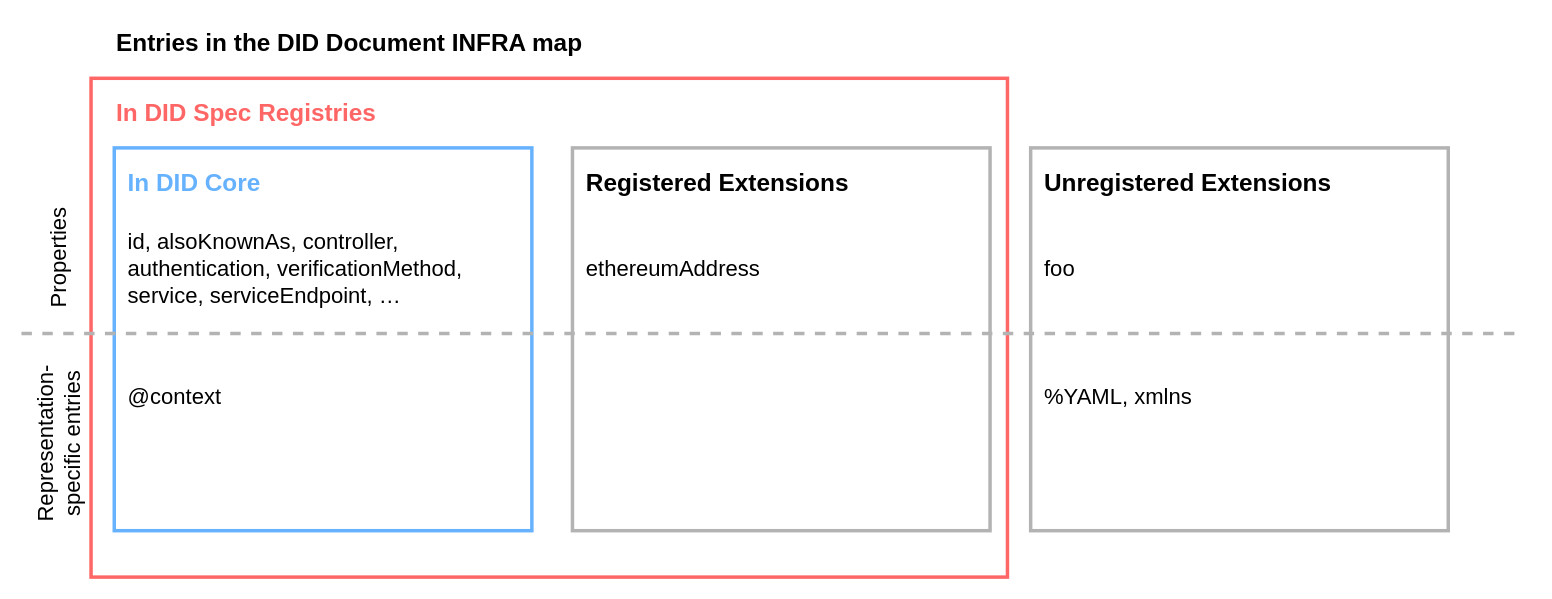
The draw.io diagram diagrams/diagram-did-document-entries.drawio in w3c/did-core, before the edit. Source tidied: cells renumbered, new cells numbered last; positions are measured from the earlier drawing's top-left corner, leaving out a move shared by most shapes. Both pictures are drawn from the tidied source at 116%, with x=0, y=0 at pixel (-39, 20).
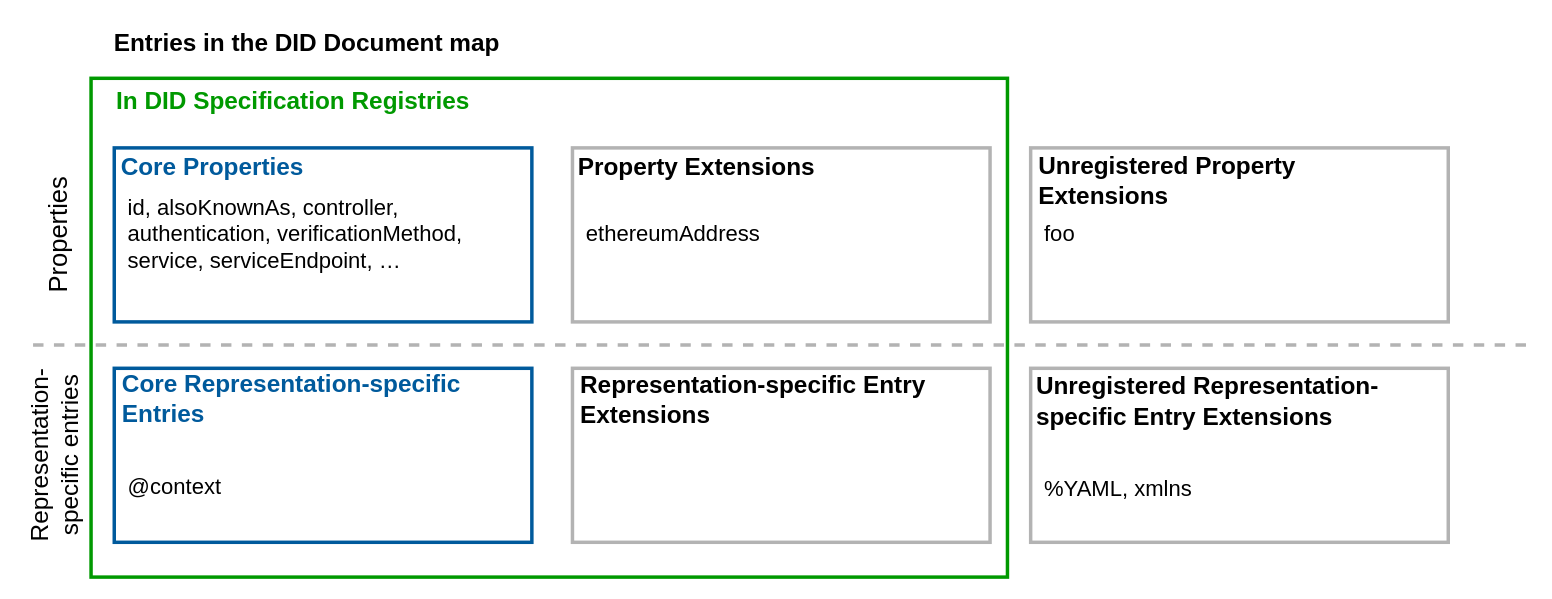
The same page after the edit.

Commit message (it also covers changes not shown here):
Update the data model diagram.

The edit, as a diff of the source:
```diff
@@
-    <mxCell id="2" style="rounded=0;whiteSpace=wrap;html=1;strokeWidth=3;fillColor=none;strokeColor=#FF6666;" parent="1" vertex="1">
+    <mxCell id="2" style="rounded=0;whiteSpace=wrap;html=1;strokeWidth=3;fillColor=none;strokeColor=#009900;" parent="1" vertex="1">
       <mxGeometry x="112" y="50" width="790" height="430" as="geometry" />
     </mxCell>
     <mxCell id="3" style="group;" parent="1" vertex="1">
-      <mxGeometry x="132" y="110" width="360" height="330" as="geometry" />
+      <mxGeometry x="132" y="110" width="360" height="150" as="geometry" />
     </mxCell>
-    <mxCell id="4" style="rounded=0;whiteSpace=wrap;html=1;strokeWidth=3;strokeColor=#66b2ff;" parent="3" vertex="1">
-      <mxGeometry width="360" height="330" as="geometry" />
+    <mxCell id="4" style="rounded=0;whiteSpace=wrap;html=1;strokeWidth=3;strokeColor=#005A9C;" parent="3" vertex="1">
+      <mxGeometry width="360" height="150" as="geometry" />
     </mxCell>
-    <mxCell id="5" value="&lt;font color=&quot;#66b2ff&quot; size=&quot;1&quot;&gt;&lt;b style=&quot;font-size: 21px&quot;&gt;In DID Core&lt;/b&gt;&lt;/font&gt;" style="text;html=1;strokeColor=none;fillColor=none;align=left;verticalAlign=middle;whiteSpace=wrap;rounded=0;" parent="3" vertex="1">
-      <mxGeometry x="10" y="20" width="160" height="20" as="geometry" />
+    <mxCell id="5" value="&lt;font size=&quot;1&quot; color=&quot;#005a9c&quot;&gt;&lt;b style=&quot;font-size: 21px&quot;&gt;Core Properties&lt;/b&gt;&lt;/font&gt;" style="text;html=1;strokeColor=none;fillColor=none;align=left;verticalAlign=middle;whiteSpace=wrap;rounded=0;" parent="3" vertex="1">
+      <mxGeometry x="4" y="11.1" width="300" height="9.1" as="geometry" />
     </mxCell>
     <mxCell id="6" value="&lt;font style=&quot;font-size: 19px&quot;&gt;id, alsoKnownAs, controller, authentication, verificationMethod, service, serviceEndpoint, …&lt;/font&gt;" style="text;html=1;strokeColor=none;fillColor=none;align=left;verticalAlign=middle;whiteSpace=wrap;rounded=0;" parent="3" vertex="1">
-      <mxGeometry x="10" y="50" width="340" height="110" as="geometry" />
+      <mxGeometry x="10" y="50" width="340" height="50" as="geometry" />
     </mxCell>
-    <mxCell id="7" value="&lt;font style=&quot;font-size: 19px&quot;&gt;@context&lt;/font&gt;" style="text;html=1;strokeColor=none;fillColor=none;align=left;verticalAlign=middle;whiteSpace=wrap;rounded=0;" parent="3" vertex="1">
-      <mxGeometry x="10" y="180" width="320" height="70" as="geometry" />
-    </mxCell>
@@
     <mxCell id="9" style="group;" parent="1" vertex="1">
-      <mxGeometry x="527" y="110" width="360" height="330" as="geometry" />
+      <mxGeometry x="527" y="110" width="360" height="150" as="geometry" />
     </mxCell>
     <mxCell id="10" style="rounded=0;whiteSpace=wrap;html=1;strokeWidth=3;strokeColor=#b3b3b3;" parent="9" vertex="1">
-      <mxGeometry width="360" height="330" as="geometry" />
+      <mxGeometry width="360" height="150" as="geometry" />
     </mxCell>
-    <mxCell id="11" value="&lt;font size=&quot;1&quot;&gt;&lt;b style=&quot;font-size: 21px&quot;&gt;Registered Extensions&lt;/b&gt;&lt;/font&gt;" style="text;html=1;strokeColor=none;fillColor=none;align=left;verticalAlign=middle;whiteSpace=wrap;rounded=0;" parent="9" vertex="1">
-      <mxGeometry x="10" y="20" width="260" height="20" as="geometry" />
+    <mxCell id="11" value="&lt;font size=&quot;1&quot;&gt;&lt;b style=&quot;font-size: 21px&quot;&gt;Property Extensions&lt;/b&gt;&lt;/font&gt;" style="text;html=1;strokeColor=none;fillColor=none;align=left;verticalAlign=middle;whiteSpace=wrap;rounded=0;" parent="9" vertex="1">
+      <mxGeometry x="3" y="11.1" width="330" height="9.1" as="geometry" />
     </mxCell>
     <mxCell id="12" value="&lt;font style=&quot;font-size: 19px&quot;&gt;ethereumAddress&lt;/font&gt;" style="text;html=1;strokeColor=none;fillColor=none;align=left;verticalAlign=middle;whiteSpace=wrap;rounded=0;" parent="9" vertex="1">
-      <mxGeometry x="10" y="50" width="340" height="110" as="geometry" />
+      <mxGeometry x="10" y="50" width="340" height="50" as="geometry" />
     </mxCell>
@@
     <mxCell id="14" style="group;" parent="1" vertex="1">
-      <mxGeometry x="922" y="110" width="360" height="330" as="geometry" />
+      <mxGeometry x="922" y="110" width="360" height="150" as="geometry" />
     </mxCell>
     <mxCell id="15" style="rounded=0;whiteSpace=wrap;html=1;strokeColor=#B3B3B3;strokeWidth=3;" parent="14" vertex="1">
-      <mxGeometry width="360" height="330" as="geometry" />
+      <mxGeometry width="360" height="150" as="geometry" />
     </mxCell>
-    <mxCell id="16" value="&lt;font size=&quot;1&quot;&gt;&lt;b style=&quot;font-size: 21px&quot;&gt;Unregistered Extensions&lt;/b&gt;&lt;/font&gt;" style="text;html=1;strokeColor=none;fillColor=none;align=left;verticalAlign=middle;whiteSpace=wrap;rounded=0;" parent="14" vertex="1">
-      <mxGeometry x="10" y="20" width="260" height="20" as="geometry" />
+    <mxCell id="16" value="&lt;font size=&quot;1&quot;&gt;&lt;b style=&quot;font-size: 21px&quot;&gt;Unregistered Property Extensions&lt;/b&gt;&lt;/font&gt;" style="text;html=1;strokeColor=none;fillColor=none;align=left;verticalAlign=middle;whiteSpace=wrap;rounded=0;" parent="14" vertex="1">
+      <mxGeometry x="5" y="23.1" width="260" height="9.1" as="geometry" />
     </mxCell>
     <mxCell id="17" value="&lt;font style=&quot;font-size: 19px&quot;&gt;foo&lt;/font&gt;" style="text;html=1;strokeColor=none;fillColor=none;align=left;verticalAlign=middle;whiteSpace=wrap;rounded=0;" parent="14" vertex="1">
-      <mxGeometry x="10" y="50" width="340" height="110" as="geometry" />
+      <mxGeometry x="10" y="50" width="340" height="50" as="geometry" />
     </mxCell>
-    <mxCell id="18" value="&lt;font style=&quot;font-size: 19px&quot;&gt;%YAML, xmlns&lt;/font&gt;" style="text;html=1;strokeColor=none;fillColor=none;align=left;verticalAlign=middle;whiteSpace=wrap;rounded=0;" parent="14" vertex="1">
-      <mxGeometry x="10" y="180" width="320" height="70" as="geometry" />
-    </mxCell>
@@
-    <mxCell id="20" style="endArrow=none;dashed=1;html=1;strokeWidth=3;strokeColor=#b3b3b3;" parent="14" edge="1">
-      <mxGeometry relative="1" as="geometry">
-        <mxPoint x="-870" y="160" as="sourcePoint" />
-        <mxPoint x="420" y="160" as="targetPoint" />
-      </mxGeometry>
-    </mxCell>
-    <mxCell id="21" value="&lt;font style=&quot;font-size: 19px&quot;&gt;Properties&lt;/font&gt;" style="text;html=1;strokeColor=none;fillColor=none;align=left;verticalAlign=middle;whiteSpace=wrap;rounded=0;rotation=-90;" parent="1" vertex="1">
+    <mxCell id="21" value="&lt;font style=&quot;font-size: 22px&quot;&gt;Properties&lt;/font&gt;" style="text;html=1;strokeColor=none;fillColor=none;align=center;verticalAlign=middle;whiteSpace=wrap;rounded=0;rotation=-90;" parent="1" vertex="1">
       <mxGeometry x="20" y="175" width="130" height="20" as="geometry" />
     </mxCell>
-    <mxCell id="22" value="&lt;font style=&quot;font-size: 19px&quot;&gt;Representation-specific entries&lt;/font&gt;" style="text;html=1;strokeColor=none;fillColor=none;align=center;verticalAlign=middle;whiteSpace=wrap;rounded=0;rotation=-90;" parent="1" vertex="1">
-      <mxGeometry y="345" width="170" height="40" as="geometry" />
+    <mxCell id="22" value="&lt;font style=&quot;font-size: 21px&quot;&gt;Representation-specific entries&lt;/font&gt;" style="text;html=1;strokeColor=none;fillColor=none;align=center;verticalAlign=middle;whiteSpace=wrap;rounded=0;rotation=-90;" parent="1" vertex="1">
+      <mxGeometry x="-5" y="355" width="170" height="40" as="geometry" />
     </mxCell>
-    <mxCell id="23" value="&lt;span style=&quot;font-family: &amp;#34;helvetica&amp;#34; ; font-style: normal ; letter-spacing: normal ; text-align: left ; text-indent: 0px ; text-transform: none ; word-spacing: 0px ; display: inline ; float: none&quot;&gt;&lt;b&gt;&lt;font color=&quot;#ff6666&quot; style=&quot;font-size: 21px&quot;&gt;In DID Spec Registries&lt;/font&gt;&lt;/b&gt;&lt;/span&gt;" style="text;whiteSpace=wrap;html=1;" parent="1" vertex="1">
-      <mxGeometry x="132" y="60" width="230" height="30" as="geometry" />
+    <mxCell id="23" value="&lt;span style=&quot;font-family: &amp;#34;helvetica&amp;#34; ; font-style: normal ; letter-spacing: normal ; text-align: left ; text-indent: 0px ; text-transform: none ; word-spacing: 0px ; display: inline ; float: none&quot;&gt;&lt;b&gt;&lt;font style=&quot;font-size: 21px&quot; color=&quot;#009900&quot;&gt;In DID Specification Registries&lt;/font&gt;&lt;/b&gt;&lt;/span&gt;" style="text;whiteSpace=wrap;html=1;" parent="1" vertex="1">
+      <mxGeometry x="132" y="50" width="421" height="30" as="geometry" />
     </mxCell>
-    <mxCell id="24" value="&lt;span style=&quot;color: rgb(0 , 0 , 0) ; font-family: &amp;#34;helvetica&amp;#34; ; font-style: normal ; letter-spacing: normal ; text-align: left ; text-indent: 0px ; text-transform: none ; word-spacing: 0px ; display: inline ; float: none&quot;&gt;&lt;b&gt;&lt;font style=&quot;font-size: 21px&quot;&gt;Entries in the DID Document INFRA map&lt;/font&gt;&lt;/b&gt;&lt;/span&gt;" style="text;whiteSpace=wrap;html=1;" parent="1" vertex="1">
-      <mxGeometry x="132" width="430" height="30" as="geometry" />
+    <mxCell id="24" value="&lt;span style=&quot;color: rgb(0 , 0 , 0) ; font-family: &amp;#34;helvetica&amp;#34; ; font-style: normal ; letter-spacing: normal ; text-align: left ; text-indent: 0px ; text-transform: none ; word-spacing: 0px ; display: inline ; float: none&quot;&gt;&lt;b&gt;&lt;font style=&quot;font-size: 21px&quot;&gt;Entries in the DID Document map&lt;/font&gt;&lt;/b&gt;&lt;/span&gt;" style="text;whiteSpace=wrap;html=1;" parent="1" vertex="1">
+      <mxGeometry x="130" width="430" height="30" as="geometry" />
     </mxCell>
+    <mxCell id="25" style="group;" parent="1" vertex="1">
+      <mxGeometry x="527" y="300" width="360" height="150" as="geometry" />
+    </mxCell>
+    <mxCell id="26" style="rounded=0;whiteSpace=wrap;html=1;strokeWidth=3;strokeColor=#b3b3b3;" parent="25" vertex="1">
+      <mxGeometry width="360" height="150" as="geometry" />
+    </mxCell>
+    <mxCell id="27" value="&lt;font size=&quot;1&quot;&gt;&lt;b style=&quot;font-size: 21px&quot;&gt;Representation-specific Entry Extensions&lt;/b&gt;&lt;/font&gt;" style="text;html=1;strokeColor=none;fillColor=none;align=left;verticalAlign=middle;whiteSpace=wrap;rounded=0;" parent="25" vertex="1">
+      <mxGeometry x="5" y="23" width="338" height="8.9" as="geometry" />
+    </mxCell>
+    <mxCell id="28" style="edgeStyle=orthogonalEdgeStyle;rounded=0;orthogonalLoop=1;jettySize=auto;html=1;exitX=0.5;exitY=1;exitDx=0;exitDy=0;" parent="25" edge="1" source="27" target="27">
+      <mxGeometry relative="1" as="geometry" />
+    </mxCell>
+    <mxCell id="20" style="endArrow=none;dashed=1;html=1;strokeWidth=3;strokeColor=#b3b3b3;" parent="1" edge="1">
+      <mxGeometry relative="1" as="geometry">
+        <mxPoint x="62" y="280" as="sourcePoint" />
+        <mxPoint x="1352" y="280" as="targetPoint" />
+      </mxGeometry>
+    </mxCell>
+    <mxCell id="29" style="group;" parent="1" vertex="1">
+      <mxGeometry x="132" y="300" width="360" height="150" as="geometry" />
+    </mxCell>
+    <mxCell id="30" style="rounded=0;whiteSpace=wrap;html=1;strokeWidth=3;strokeColor=#005a9c;" parent="29" vertex="1">
+      <mxGeometry width="360" height="150" as="geometry" />
+    </mxCell>
+    <mxCell id="31" value="&lt;font size=&quot;1&quot; color=&quot;#005a9c&quot;&gt;&lt;b style=&quot;font-size: 21px&quot;&gt;Core Representation-specific Entries&lt;/b&gt;&lt;/font&gt;" style="text;html=1;strokeColor=none;fillColor=none;align=left;verticalAlign=middle;whiteSpace=wrap;rounded=0;" parent="29" vertex="1">
+      <mxGeometry x="5" y="16" width="340" height="20" as="geometry" />
+    </mxCell>
+    <mxCell id="7" value="&lt;font style=&quot;font-size: 19px&quot;&gt;@context&lt;/font&gt;" style="text;html=1;strokeColor=none;fillColor=none;align=left;verticalAlign=middle;whiteSpace=wrap;rounded=0;" parent="29" vertex="1">
+      <mxGeometry x="10" y="70" width="320" height="65" as="geometry" />
+    </mxCell>
+    <mxCell id="32" style="edgeStyle=orthogonalEdgeStyle;rounded=0;orthogonalLoop=1;jettySize=auto;html=1;exitX=0.5;exitY=1;exitDx=0;exitDy=0;" parent="29" edge="1" source="31" target="31">
+      <mxGeometry x="109" y="400" as="geometry" />
+    </mxCell>
+    <mxCell id="33" style="group;" parent="1" vertex="1">
+      <mxGeometry x="922" y="300" width="360" height="150" as="geometry" />
+    </mxCell>
+    <mxCell id="34" style="rounded=0;whiteSpace=wrap;html=1;strokeColor=#B3B3B3;strokeWidth=3;" parent="33" vertex="1">
+      <mxGeometry width="360" height="150" as="geometry" />
+    </mxCell>
+    <mxCell id="35" value="&lt;font size=&quot;1&quot;&gt;&lt;b style=&quot;font-size: 21px&quot;&gt;Unregistered Representation-specific Entry Extensions&lt;/b&gt;&lt;/font&gt;" style="text;html=1;strokeColor=none;fillColor=none;align=left;verticalAlign=middle;whiteSpace=wrap;rounded=0;" parent="33" vertex="1">
+      <mxGeometry x="3" y="18" width="348" height="20" as="geometry" />
+    </mxCell>
+    <mxCell id="18" value="&lt;font style=&quot;font-size: 19px&quot;&gt;%YAML, xmlns&lt;/font&gt;" style="text;html=1;strokeColor=none;fillColor=none;align=left;verticalAlign=middle;whiteSpace=wrap;rounded=0;" parent="33" vertex="1">
+      <mxGeometry x="10" y="70" width="320" height="70" as="geometry" />
+    </mxCell>
+    <mxCell id="36" style="edgeStyle=orthogonalEdgeStyle;rounded=0;orthogonalLoop=1;jettySize=auto;html=1;exitX=0.5;exitY=1;exitDx=0;exitDy=0;" parent="33" edge="1" source="35" target="35">
+      <mxGeometry x="899" y="410" as="geometry" />
+    </mxCell>
```
